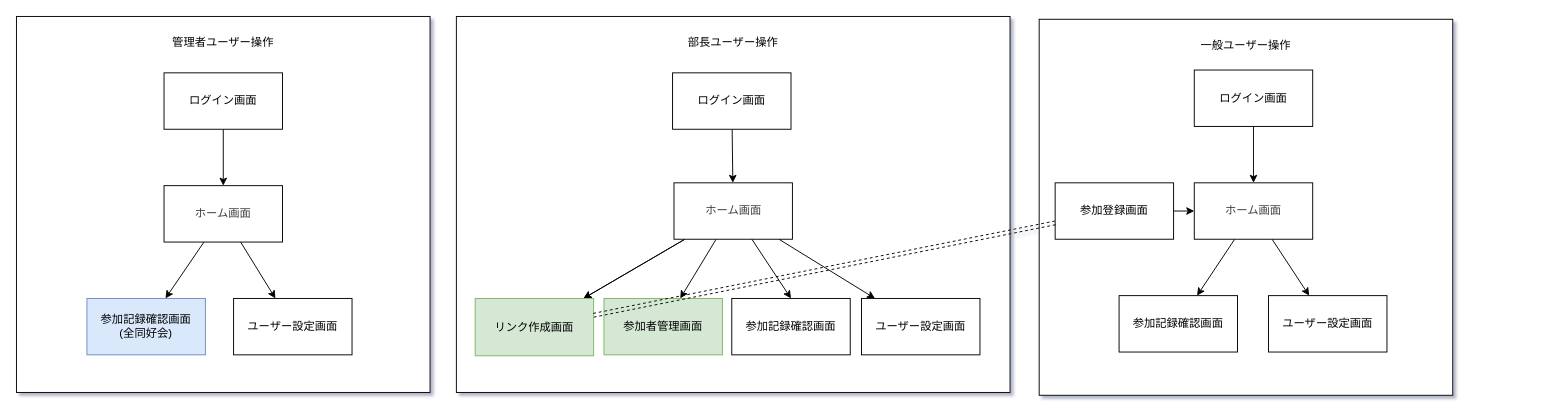
kondo-akihiro-git/project-Tornado-ClubLog keeps this draw.io diagram as document/遷移図/遷移図.drawio. Above is the earlier version. Source tidied: cells renumbered, new cells numbered last; positions are measured from the earlier drawing's top-left corner, leaving out a move shared by most shapes. Both pictures are drawn from the tidied source at 94%, with x=0, y=0 at pixel (16, 16).
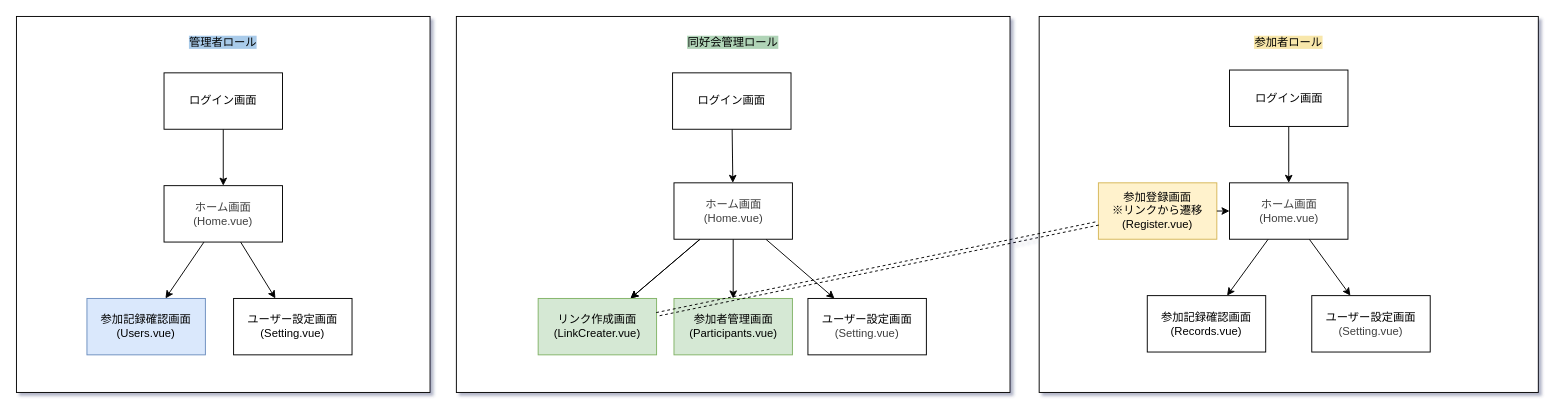
The same page after the edit.

Diff of the diagram source:
```diff
@@
-    <mxCell id="2" value="&lt;div&gt;&lt;br&gt;&lt;/div&gt;部長ユーザー操作" style="rounded=0;whiteSpace=wrap;html=1;verticalAlign=top;" parent="1" vertex="1">
+    <mxCell id="2" value="&lt;div&gt;&lt;br&gt;&lt;/div&gt;&lt;span style=&quot;background-color: light-dark(rgb(176, 212, 183), rgb(237, 237, 237));&quot;&gt;同好会管理ロール&lt;/span&gt;" style="rounded=0;whiteSpace=wrap;html=1;verticalAlign=top;" parent="1" vertex="1">
       <mxGeometry x="468" width="589" height="400" as="geometry" />
     </mxCell>
@@
-    <mxCell id="9" style="edgeStyle=none;html=1;entryX=0.5;entryY=0;entryDx=0;entryDy=0;" parent="1" edge="1" source="10" target="32">
-      <mxGeometry relative="1" as="geometry" />
-    </mxCell>
-    <mxCell id="10" value="&lt;span style=&quot;color: rgb(63, 63, 63);&quot;&gt;ホーム画面&lt;/span&gt;" style="rounded=0;whiteSpace=wrap;html=1;" parent="1" vertex="1">
+    <mxCell id="10" value="&lt;span style=&quot;color: rgb(63, 63, 63);&quot;&gt;ホーム画面&lt;/span&gt;&lt;div&gt;&lt;span style=&quot;color: rgb(63, 63, 63);&quot;&gt;(Home.vue)&lt;/span&gt;&lt;/div&gt;" style="rounded=0;whiteSpace=wrap;html=1;" parent="1" vertex="1">
       <mxGeometry x="699.5" y="177" width="126" height="60" as="geometry" />
     </mxCell>
-    <mxCell id="11" value="&lt;div&gt;&lt;span style=&quot;background-color: transparent;&quot;&gt;参加者管理画面&lt;/span&gt;&lt;/div&gt;" style="rounded=0;whiteSpace=wrap;html=1;fillColor=#d5e8d4;strokeColor=#82b366;" parent="1" vertex="1">
-      <mxGeometry x="625" y="300" width="126" height="60" as="geometry" />
+    <mxCell id="11" value="&lt;div&gt;&lt;span style=&quot;background-color: transparent;&quot;&gt;参加者管理画面&lt;br&gt;(Participants.vue&lt;/span&gt;&lt;span style=&quot;background-color: transparent;&quot;&gt;)&lt;/span&gt;&lt;/div&gt;" style="rounded=0;whiteSpace=wrap;html=1;fillColor=#d5e8d4;strokeColor=#82b366;" parent="1" vertex="1">
+      <mxGeometry x="699.5" y="300" width="126" height="60" as="geometry" />
     </mxCell>
-    <mxCell id="12" value="リンク作成画面" style="rounded=0;whiteSpace=wrap;html=1;fillColor=#d5e8d4;strokeColor=#82b366;" parent="1" vertex="1">
-      <mxGeometry x="488" y="300" width="126" height="61" as="geometry" />
+    <mxCell id="12" value="リンク作成画面&lt;br&gt;(LinkCreater.vue)" style="rounded=0;whiteSpace=wrap;html=1;fillColor=#d5e8d4;strokeColor=#82b366;" parent="1" vertex="1">
+      <mxGeometry x="555" y="300" width="126" height="60" as="geometry" />
     </mxCell>
-    <mxCell id="13" value="&lt;div&gt;&lt;br&gt;&lt;/div&gt;一般ユーザー操作" style="rounded=0;whiteSpace=wrap;html=1;verticalAlign=top;" parent="1" vertex="1">
-      <mxGeometry x="1088" y="3" width="440" height="400" as="geometry" />
+    <mxCell id="13" value="&lt;div&gt;&lt;br&gt;&lt;/div&gt;&lt;span style=&quot;background-color: light-dark(rgb(248, 231, 171), rgb(237, 237, 237));&quot;&gt;参加者ロール&lt;/span&gt;" style="rounded=0;whiteSpace=wrap;html=1;verticalAlign=top;" parent="1" vertex="1">
+      <mxGeometry x="1088" width="531" height="400" as="geometry" />
     </mxCell>
@@
     <mxCell id="15" value="ログイン画面" style="rounded=0;whiteSpace=wrap;html=1;" parent="1" vertex="1">
-      <mxGeometry x="1253" y="57" width="126" height="60" as="geometry" />
+      <mxGeometry x="1290.5" y="57" width="126" height="60" as="geometry" />
     </mxCell>
@@
-    <mxCell id="18" value="&lt;span style=&quot;color: rgb(63, 63, 63);&quot;&gt;ホーム画面&lt;/span&gt;" style="rounded=0;whiteSpace=wrap;html=1;" parent="1" vertex="1">
-      <mxGeometry x="1253" y="177" width="126" height="60" as="geometry" />
+    <mxCell id="18" value="&lt;span style=&quot;color: rgb(63, 63, 63);&quot;&gt;ホーム画面&lt;/span&gt;&lt;div&gt;&lt;span style=&quot;color: rgb(63, 63, 63);&quot;&gt;&lt;span style=&quot;color: rgb(63, 63, 63);&quot;&gt;(Home.vue)&lt;/span&gt;&lt;/span&gt;&lt;/div&gt;" style="rounded=0;whiteSpace=wrap;html=1;" parent="1" vertex="1">
+      <mxGeometry x="1290.5" y="177" width="126" height="60" as="geometry" />
     </mxCell>
-    <mxCell id="19" value="&lt;div&gt;&lt;span style=&quot;background-color: transparent;&quot;&gt;ユーザー設定画面&lt;/span&gt;&lt;/div&gt;" style="rounded=0;whiteSpace=wrap;html=1;" parent="1" vertex="1">
-      <mxGeometry x="1332" y="297" width="126" height="60" as="geometry" />
+    <mxCell id="19" value="&lt;div&gt;&lt;span style=&quot;background-color: transparent;&quot;&gt;ユーザー設定画面&lt;/span&gt;&lt;/div&gt;&lt;div&gt;&lt;span style=&quot;color: rgb(63, 63, 63);&quot;&gt;(Setting.vue)&lt;/span&gt;&lt;span style=&quot;background-color: transparent;&quot;&gt;&lt;/span&gt;&lt;/div&gt;" style="rounded=0;whiteSpace=wrap;html=1;" parent="1" vertex="1">
+      <mxGeometry x="1378" y="297" width="126" height="60" as="geometry" />
     </mxCell>
-    <mxCell id="20" value="ユーザー設定画面" style="rounded=0;whiteSpace=wrap;html=1;" parent="1" vertex="1">
-      <mxGeometry x="899" y="300" width="126" height="60" as="geometry" />
+    <mxCell id="20" value="ユーザー設定画面&lt;div&gt;&lt;span style=&quot;color: rgb(63, 63, 63);&quot;&gt;(Setting.vue)&lt;/span&gt;&lt;/div&gt;" style="rounded=0;whiteSpace=wrap;html=1;" parent="1" vertex="1">
+      <mxGeometry x="842" y="300" width="126" height="60" as="geometry" />
     </mxCell>
-    <mxCell id="21" value="&lt;div&gt;&lt;br&gt;&lt;/div&gt;管理者ユーザー操作" style="rounded=0;whiteSpace=wrap;html=1;verticalAlign=top;" parent="1" vertex="1">
+    <mxCell id="21" value="&lt;div&gt;&lt;br&gt;&lt;/div&gt;&lt;span style=&quot;background-color: light-dark(rgb(169, 203, 234), rgb(237, 237, 237));&quot;&gt;管理者ロール&lt;/span&gt;" style="rounded=0;whiteSpace=wrap;html=1;verticalAlign=top;" parent="1" vertex="1">
       <mxGeometry width="440" height="400" as="geometry" />
     </mxCell>
@@
-    <mxCell id="26" value="&lt;span style=&quot;color: rgb(63, 63, 63);&quot;&gt;ホーム画面&lt;/span&gt;" style="rounded=0;whiteSpace=wrap;html=1;" parent="1" vertex="1">
+    <mxCell id="26" value="&lt;span style=&quot;color: rgb(63, 63, 63);&quot;&gt;ホーム画面&lt;br&gt;(Home.vue)&lt;/span&gt;" style="rounded=0;whiteSpace=wrap;html=1;" parent="1" vertex="1">
       <mxGeometry x="157" y="180" width="126" height="60" as="geometry" />
     </mxCell>
-    <mxCell id="27" value="&lt;div&gt;&lt;span style=&quot;background-color: transparent;&quot;&gt;ユーザー設定画面&lt;/span&gt;&lt;/div&gt;" style="rounded=0;whiteSpace=wrap;html=1;" parent="1" vertex="1">
+    <mxCell id="27" value="&lt;div&gt;&lt;span style=&quot;background-color: transparent;&quot;&gt;ユーザー設定画面&lt;br&gt;(Setting.vue)&lt;/span&gt;&lt;/div&gt;" style="rounded=0;whiteSpace=wrap;html=1;" parent="1" vertex="1">
       <mxGeometry x="231" y="300" width="126" height="60" as="geometry" />
     </mxCell>
-    <mxCell id="28" value="参加登録画面" style="rounded=0;whiteSpace=wrap;html=1;" parent="1" vertex="1">
-      <mxGeometry x="1105" y="177" width="126" height="60" as="geometry" />
+    <mxCell id="28" value="参加登録画面&lt;div&gt;※リンクから遷移&lt;br&gt;&lt;span style=&quot;color: rgb(0, 0, 0);&quot;&gt;(Register.vue)&lt;/span&gt;&lt;/div&gt;" style="rounded=0;whiteSpace=wrap;html=1;fillColor=#fff2cc;strokeColor=#d6b656;" parent="1" vertex="1">
+      <mxGeometry x="1151" y="177" width="126" height="60" as="geometry" />
     </mxCell>
@@
-    <mxCell id="31" value="&lt;div&gt;&lt;span style=&quot;background-color: transparent;&quot;&gt;参加記録確認画面&lt;/span&gt;&lt;/div&gt;" style="rounded=0;whiteSpace=wrap;html=1;" parent="1" vertex="1">
-      <mxGeometry x="1173" y="297" width="126" height="60" as="geometry" />
+    <mxCell id="31" value="&lt;div&gt;&lt;span style=&quot;background-color: transparent;&quot;&gt;参加記録確認画面&lt;br&gt;(Records.vue)&lt;/span&gt;&lt;/div&gt;" style="rounded=0;whiteSpace=wrap;html=1;" parent="1" vertex="1">
+      <mxGeometry x="1203" y="297" width="126" height="60" as="geometry" />
     </mxCell>
-    <mxCell id="32" value="&lt;div&gt;&lt;span style=&quot;background-color: transparent;&quot;&gt;参加記録確認画面&lt;/span&gt;&lt;/div&gt;" style="rounded=0;whiteSpace=wrap;html=1;" parent="1" vertex="1">
-      <mxGeometry x="761" y="300" width="126" height="60" as="geometry" />
-    </mxCell>
-    <mxCell id="33" value="&lt;div&gt;&lt;span style=&quot;background-color: transparent;&quot;&gt;参加記録確認画面&lt;br&gt;(全同好会)&lt;/span&gt;&lt;/div&gt;" style="rounded=0;whiteSpace=wrap;html=1;fillColor=#dae8fc;strokeColor=#6c8ebf;" parent="1" vertex="1">
+    <mxCell id="33" value="&lt;div&gt;&lt;span style=&quot;background-color: transparent;&quot;&gt;参加記録確認画面&lt;br&gt;(Users.vue)&lt;/span&gt;&lt;/div&gt;" style="rounded=0;whiteSpace=wrap;html=1;fillColor=#dae8fc;strokeColor=#6c8ebf;" parent="1" vertex="1">
       <mxGeometry x="75" y="300" width="126" height="60" as="geometry" />
     </mxCell>
```
